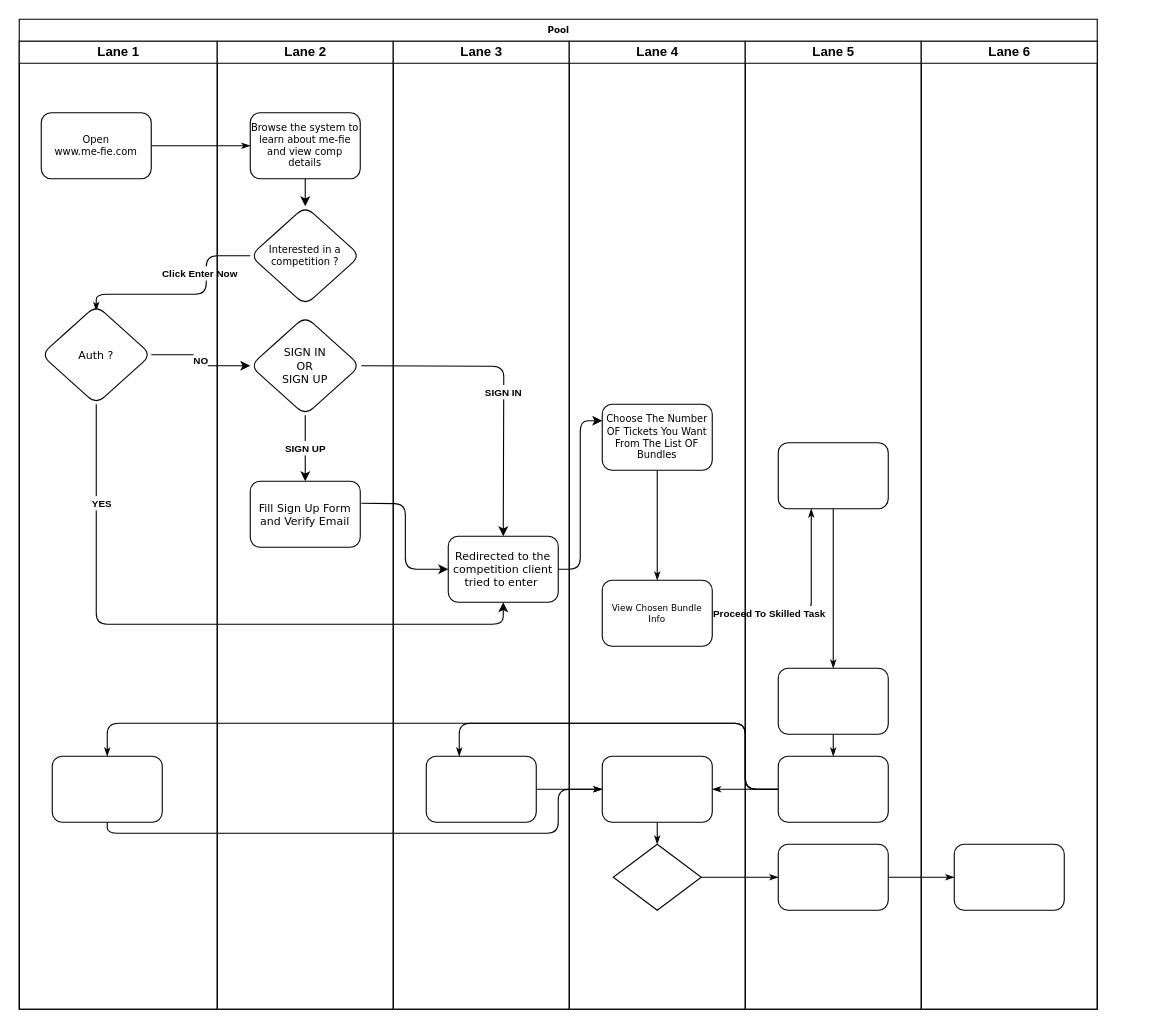
This is me-fie flow 2.0.drawio from Kwame-Pitakin/Draw.io, a draw.io file, before an edit. Source tidied: cells renumbered, new cells numbered last; positions are measured from the earlier drawing's top-left corner, leaving out a move shared by most shapes. Both pictures are drawn from the tidied source at 110%, with x=0, y=0 at pixel (19, 19).
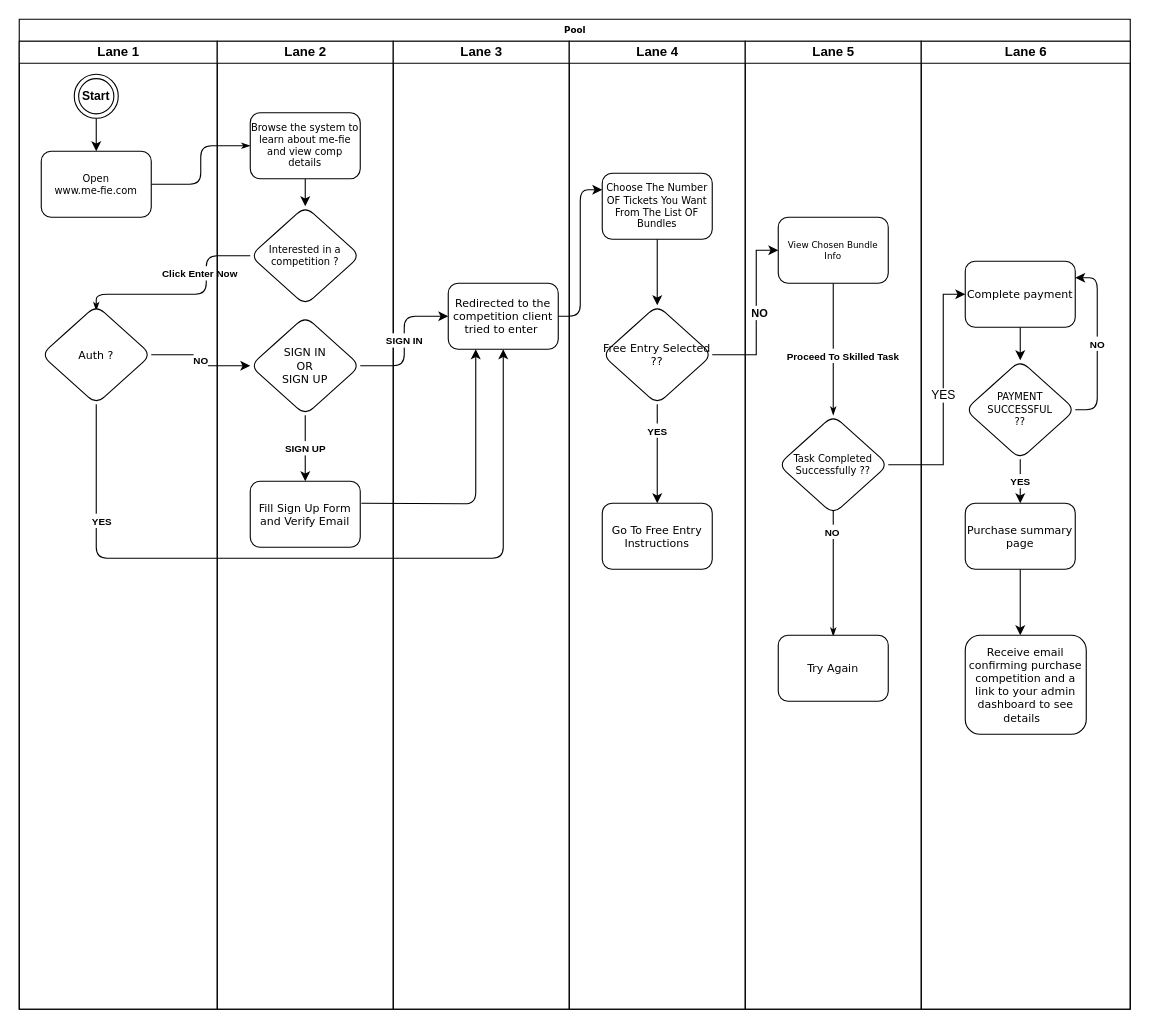
The same page after the edit.

The change refers to these unchanged cells:
```xml
<mxCell id="15" value="Lane 1" style="swimlane;html=1;startSize=20;" parent="2" vertex="1">
  <mxGeometry y="20" width="180" height="880" as="geometry" />
</mxCell>
<mxCell id="18" value="&lt;font style=&quot;font-size: 10px;&quot;&gt;Auth ?&lt;/font&gt;" style="rhombus;whiteSpace=wrap;html=1;fontSize=8;fontFamily=Verdana;rounded=1;shadow=0;labelBackgroundColor=none;strokeWidth=1;" parent="15" vertex="1">
  <mxGeometry x="20" y="240" width="100" height="90" as="geometry" />
</mxCell>
<mxCell id="24" value="&lt;font style=&quot;font-size: 10px;&quot;&gt;SIGN IN &lt;br&gt;OR&lt;br&gt;SIGN UP&lt;/font&gt;" style="rhombus;whiteSpace=wrap;html=1;fontSize=8;fontFamily=Verdana;rounded=1;shadow=0;labelBackgroundColor=none;strokeWidth=1;" parent="19" vertex="1">
  <mxGeometry x="30" y="250" width="100" height="90" as="geometry" />
</mxCell>
<mxCell id="26" value="Lane 3" style="swimlane;html=1;startSize=20;" parent="2" vertex="1">
  <mxGeometry x="340" y="20" width="160" height="880" as="geometry" />
</mxCell>
<mxCell id="29" value="Lane 4" style="swimlane;html=1;startSize=20;" parent="2" vertex="1">
  <mxGeometry x="500" y="20" width="160" height="880" as="geometry" />
</mxCell>
```

Change to the diagram source:
```diff
@@
     <mxCell id="2" value="Pool" style="swimlane;html=1;startSize=20;rounded=0;shadow=0;labelBackgroundColor=none;strokeWidth=1;fontFamily=Verdana;fontSize=8;align=center;" parent="1" vertex="1">
-      <mxGeometry width="980" height="900" as="geometry" />
+      <mxGeometry width="1010" height="900" as="geometry" />
     </mxCell>
@@
-    <mxCell id="6" style="edgeStyle=orthogonalEdgeStyle;rounded=1;html=1;labelBackgroundColor=none;startArrow=none;startFill=0;startSize=5;endArrow=classicThin;endFill=1;endSize=5;jettySize=auto;strokeWidth=1;fontFamily=Verdana;fontSize=8;" parent="2" edge="1" source="33" target="40">
-      <mxGeometry relative="1" as="geometry" />
-    </mxCell>
-    <mxCell id="7" style="edgeStyle=orthogonalEdgeStyle;rounded=1;html=1;labelBackgroundColor=none;startArrow=none;startFill=0;startSize=5;endArrow=classicThin;endFill=1;endSize=5;jettySize=auto;strokeWidth=1;fontFamily=Verdana;fontSize=8;" parent="2" edge="1" source="40" target="44">
-      <mxGeometry relative="1" as="geometry" />
-    </mxCell>
-    <mxCell id="8" style="edgeStyle=orthogonalEdgeStyle;rounded=1;html=1;labelBackgroundColor=none;startArrow=none;startFill=0;startSize=5;endArrow=classicThin;endFill=1;endSize=5;jettySize=auto;strokeWidth=1;fontFamily=Verdana;fontSize=8;" parent="2" edge="1" source="31" target="37">
-      <mxGeometry relative="1" as="geometry">
-        <Array as="points">
-          <mxPoint x="720" y="540" />
-        </Array>
-      </mxGeometry>
-    </mxCell>
-    <mxCell id="9" value="&lt;font style=&quot;font-size: 9px;&quot;&gt;&lt;b&gt;Proceed To Skilled Task&amp;nbsp;&lt;/b&gt;&lt;/font&gt;" style="edgeLabel;html=1;align=center;verticalAlign=middle;" parent="8" vertex="1">
-      <mxGeometry x="-0.4" y="2" relative="1" as="geometry">
-        <mxPoint x="-4" y="1" as="offset" />
-      </mxGeometry>
-    </mxCell>
-    <mxCell id="10" style="edgeStyle=orthogonalEdgeStyle;rounded=1;html=1;labelBackgroundColor=none;startArrow=none;startFill=0;startSize=5;endArrow=classicThin;endFill=1;endSize=5;jettySize=auto;strokeWidth=1;fontFamily=Verdana;fontSize=8;" parent="2" edge="1" source="39" target="27">
-      <mxGeometry relative="1" as="geometry">
-        <Array as="points">
-          <mxPoint x="660" y="700" />
-          <mxPoint x="660" y="640" />
-          <mxPoint x="400" y="640" />
-        </Array>
-      </mxGeometry>
-    </mxCell>
-    <mxCell id="11" style="edgeStyle=orthogonalEdgeStyle;rounded=1;html=1;labelBackgroundColor=none;startArrow=none;startFill=0;startSize=5;endArrow=classicThin;endFill=1;endSize=5;jettySize=auto;strokeColor=#000000;strokeWidth=1;fontFamily=Verdana;fontSize=8;fontColor=#000000;" parent="2" edge="1" source="39" target="32">
-      <mxGeometry relative="1" as="geometry" />
-    </mxCell>
-    <mxCell id="12" style="edgeStyle=orthogonalEdgeStyle;rounded=1;html=1;labelBackgroundColor=none;startArrow=none;startFill=0;startSize=5;endArrow=classicThin;endFill=1;endSize=5;jettySize=auto;strokeWidth=1;fontFamily=Verdana;fontSize=8;" parent="2" edge="1" source="39" target="17">
-      <mxGeometry relative="1" as="geometry">
-        <Array as="points">
-          <mxPoint x="660" y="700" />
-          <mxPoint x="660" y="640" />
-          <mxPoint x="80" y="640" />
-        </Array>
-      </mxGeometry>
-    </mxCell>
-    <mxCell id="13" style="edgeStyle=orthogonalEdgeStyle;rounded=1;html=1;labelBackgroundColor=none;startArrow=none;startFill=0;startSize=5;endArrow=classicThin;endFill=1;endSize=5;jettySize=auto;strokeWidth=1;fontFamily=Verdana;fontSize=8;" parent="2" edge="1" source="17" target="32">
-      <mxGeometry relative="1" as="geometry">
-        <Array as="points">
-          <mxPoint x="80" y="740" />
-          <mxPoint x="490" y="740" />
-          <mxPoint x="490" y="700" />
-        </Array>
-      </mxGeometry>
-    </mxCell>
-    <mxCell id="14" style="edgeStyle=orthogonalEdgeStyle;rounded=1;html=1;labelBackgroundColor=none;startArrow=none;startFill=0;startSize=5;endArrow=classicThin;endFill=1;endSize=5;jettySize=auto;strokeWidth=1;fontFamily=Verdana;fontSize=8;" parent="2" edge="1" source="27" target="32">
-      <mxGeometry relative="1" as="geometry" />
-    </mxCell>
@@
     <mxCell id="16" value="&lt;font style=&quot;font-size: 9px;&quot;&gt;Open &lt;br&gt;www.me-fie.com&lt;/font&gt;" style="rounded=1;whiteSpace=wrap;html=1;shadow=0;labelBackgroundColor=none;strokeWidth=1;fontFamily=Verdana;fontSize=8;align=center;" parent="15" vertex="1">
-      <mxGeometry x="20" y="65" width="100" height="60" as="geometry" />
+      <mxGeometry x="20" y="100" width="100" height="60" as="geometry" />
     </mxCell>
-    <mxCell id="17" style="rounded=1;whiteSpace=wrap;html=1;shadow=0;labelBackgroundColor=none;strokeWidth=1;fontFamily=Verdana;fontSize=8;align=center;" parent="15" vertex="1">
-      <mxGeometry x="30" y="650" width="100" height="60" as="geometry" />
-    </mxCell>
@@
+    <mxCell id="51" style="edgeStyle=orthogonalEdgeStyle;rounded=1;jettySize=auto;html=1;exitX=0.5;exitY=1;exitDx=0;exitDy=0;entryX=0.5;entryY=0;entryDx=0;entryDy=0;" parent="15" edge="1" source="52" target="16">
+      <mxGeometry relative="1" as="geometry" />
+    </mxCell>
+    <mxCell id="52" value="&lt;font style=&quot;font-size: 11px;&quot;&gt;&lt;b&gt;Start&lt;/b&gt;&lt;/font&gt;" style="ellipse;shape=doubleEllipse;html=1;dashed=0;whiteSpace=wrap;" parent="15" vertex="1">
+      <mxGeometry x="50" y="30" width="40" height="40" as="geometry" />
+    </mxCell>
@@
-    <mxCell id="27" style="rounded=1;whiteSpace=wrap;html=1;shadow=0;labelBackgroundColor=none;strokeWidth=1;fontFamily=Verdana;fontSize=8;align=center;" parent="26" vertex="1">
-      <mxGeometry x="30" y="650" width="100" height="60" as="geometry" />
-    </mxCell>
     <mxCell id="28" value="&lt;font size=&quot;1&quot;&gt;Redirected to the competition client tried to enter&amp;nbsp;&lt;/font&gt;" style="rounded=1;whiteSpace=wrap;html=1;shadow=0;labelBackgroundColor=none;strokeWidth=1;fontFamily=Verdana;fontSize=8;align=center;" parent="26" vertex="1">
-      <mxGeometry x="50" y="450" width="100" height="60" as="geometry" />
+      <mxGeometry x="50" y="220" width="100" height="60" as="geometry" />
     </mxCell>
@@
+    <mxCell id="53" style="edgeStyle=orthogonalEdgeStyle;rounded=1;jettySize=auto;html=1;exitX=0.5;exitY=1;exitDx=0;exitDy=0;" parent="29" edge="1" source="30" target="56">
+      <mxGeometry relative="1" as="geometry" />
+    </mxCell>
     <mxCell id="30" value="&lt;font style=&quot;font-size: 9px;&quot;&gt;Choose The Number OF Tickets You Want From The List OF Bundles&lt;/font&gt;" style="rounded=1;whiteSpace=wrap;html=1;shadow=0;labelBackgroundColor=none;strokeWidth=1;fontFamily=Verdana;fontSize=8;align=center;" parent="29" vertex="1">
-      <mxGeometry x="30" y="330" width="100" height="60" as="geometry" />
+      <mxGeometry x="30" y="120" width="100" height="60" as="geometry" />
     </mxCell>
+    <mxCell id="54" style="edgeStyle=orthogonalEdgeStyle;rounded=0;jettySize=auto;html=1;exitX=0.5;exitY=1;exitDx=0;exitDy=0;entryX=0.5;entryY=0;entryDx=0;entryDy=0;" parent="29" edge="1" source="56" target="57">
+      <mxGeometry relative="1" as="geometry" />
+    </mxCell>
+    <mxCell id="55" value="&lt;b&gt;&lt;font style=&quot;font-size: 9px;&quot;&gt;YES&lt;/font&gt;&lt;/b&gt;" style="edgeLabel;html=1;align=center;verticalAlign=middle;" parent="54" vertex="1">
+      <mxGeometry x="-0.49" y="2" relative="1" as="geometry">
+        <mxPoint x="-3" as="offset" />
+      </mxGeometry>
+    </mxCell>
+    <mxCell id="56" value="&lt;span style=&quot;font-size: 10px;&quot;&gt;Free Entry Selected ??&lt;/span&gt;" style="rhombus;whiteSpace=wrap;html=1;fontSize=8;fontFamily=Verdana;rounded=1;shadow=0;labelBackgroundColor=none;strokeWidth=1;" parent="29" vertex="1">
+      <mxGeometry x="30" y="240" width="100" height="90" as="geometry" />
+    </mxCell>
+    <mxCell id="57" value="&lt;font size=&quot;1&quot;&gt;Go To Free Entry Instructions&lt;/font&gt;" style="rounded=1;whiteSpace=wrap;html=1;shadow=0;labelBackgroundColor=none;strokeWidth=1;fontFamily=Verdana;fontSize=8;align=center;" parent="29" vertex="1">
+      <mxGeometry x="30" y="420" width="100" height="60" as="geometry" />
+    </mxCell>
+    <mxCell id="36" value="Lane 5" style="swimlane;html=1;startSize=20;" parent="2" vertex="1">
+      <mxGeometry x="660" y="20" width="160" height="880" as="geometry" />
+    </mxCell>
+    <mxCell id="41" style="edgeStyle=orthogonalEdgeStyle;rounded=1;html=1;labelBackgroundColor=none;startArrow=none;startFill=0;startSize=5;endArrow=classicThin;endFill=1;endSize=5;jettySize=auto;orthogonalLoop=1;strokeWidth=1;fontFamily=Verdana;fontSize=8;" parent="36" edge="1">
+      <mxGeometry relative="1" as="geometry">
+        <mxPoint x="80" y="396" as="sourcePoint" />
+        <mxPoint x="80" y="541" as="targetPoint" />
+      </mxGeometry>
+    </mxCell>
+    <mxCell id="58" value="&lt;font style=&quot;font-size: 9px;&quot;&gt;&lt;b&gt;NO&lt;/b&gt;&lt;/font&gt;" style="edgeLabel;html=1;align=center;verticalAlign=middle;" parent="41" vertex="1">
+      <mxGeometry x="-0.32" y="-2" relative="1" as="geometry" />
+    </mxCell>
+    <mxCell id="59" value="&lt;font style=&quot;font-size: 9px;&quot;&gt;Task Completed Successfully ??&lt;/font&gt;" style="rhombus;whiteSpace=wrap;html=1;fontSize=8;fontFamily=Verdana;rounded=1;shadow=0;labelBackgroundColor=none;strokeWidth=1;" parent="36" vertex="1">
+      <mxGeometry x="30" y="340" width="100" height="90" as="geometry" />
+    </mxCell>
+    <mxCell id="8" style="edgeStyle=orthogonalEdgeStyle;rounded=1;html=1;labelBackgroundColor=none;startArrow=none;startFill=0;startSize=5;endArrow=classicThin;endFill=1;endSize=5;jettySize=auto;strokeWidth=1;fontFamily=Verdana;fontSize=8;entryX=0.5;entryY=0;entryDx=0;entryDy=0;exitX=0.5;exitY=1;exitDx=0;exitDy=0;" parent="36" edge="1" source="31" target="59">
+      <mxGeometry relative="1" as="geometry">
+        <Array as="points">
+          <mxPoint x="80" y="300" />
+          <mxPoint x="80" y="300" />
+        </Array>
+      </mxGeometry>
+    </mxCell>
+    <mxCell id="9" value="&lt;font style=&quot;font-size: 9px;&quot;&gt;&lt;b&gt;Proceed To Skilled Task&amp;nbsp;&lt;/b&gt;&lt;/font&gt;" style="edgeLabel;html=1;align=center;verticalAlign=middle;" parent="8" vertex="1">
+      <mxGeometry x="-0.4" y="2" relative="1" as="geometry">
+        <mxPoint x="7" y="29" as="offset" />
+      </mxGeometry>
+    </mxCell>
+    <mxCell id="60" value="&lt;font size=&quot;1&quot;&gt;Try Again&lt;/font&gt;" style="rounded=1;whiteSpace=wrap;html=1;shadow=0;labelBackgroundColor=none;strokeWidth=1;fontFamily=Verdana;fontSize=8;align=center;" parent="36" vertex="1">
+      <mxGeometry x="30" y="540" width="100" height="60" as="geometry" />
+    </mxCell>
-    <mxCell id="31" value="View Chosen Bundle Info" style="rounded=1;whiteSpace=wrap;html=1;shadow=0;labelBackgroundColor=none;strokeWidth=1;fontFamily=Verdana;fontSize=8;align=center;" parent="29" vertex="1">
-      <mxGeometry x="30" y="490" width="100" height="60" as="geometry" />
+    <mxCell id="31" value="View Chosen Bundle Info" style="rounded=1;whiteSpace=wrap;html=1;shadow=0;labelBackgroundColor=none;strokeWidth=1;fontFamily=Verdana;fontSize=8;align=center;" parent="36" vertex="1">
+      <mxGeometry x="30" y="160" width="100" height="60" as="geometry" />
     </mxCell>
-    <mxCell id="32" style="rounded=1;whiteSpace=wrap;html=1;shadow=0;labelBackgroundColor=none;strokeWidth=1;fontFamily=Verdana;fontSize=8;align=center;" parent="29" vertex="1">
-      <mxGeometry x="30" y="650" width="100" height="60" as="geometry" />
-    </mxCell>
-    <mxCell id="33" style="rhombus;whiteSpace=wrap;html=1;rounded=0;shadow=0;labelBackgroundColor=none;strokeWidth=1;fontFamily=Verdana;fontSize=8;align=center;" parent="29" vertex="1">
-      <mxGeometry x="40" y="730" width="80" height="60" as="geometry" />
-    </mxCell>
-    <mxCell id="34" style="edgeStyle=orthogonalEdgeStyle;rounded=1;html=1;labelBackgroundColor=none;startArrow=none;startFill=0;startSize=5;endArrow=classicThin;endFill=1;endSize=5;jettySize=auto;strokeColor=#000000;strokeWidth=1;fontFamily=Verdana;fontSize=8;fontColor=#000000;entryX=0.5;entryY=0;entryDx=0;entryDy=0;" parent="29" edge="1" source="30" target="31">
-      <mxGeometry relative="1" as="geometry" />
-    </mxCell>
-    <mxCell id="35" style="edgeStyle=orthogonalEdgeStyle;rounded=1;html=1;labelBackgroundColor=none;startArrow=none;startFill=0;startSize=5;endArrow=classicThin;endFill=1;endSize=5;jettySize=auto;strokeWidth=1;fontFamily=Verdana;fontSize=8;" parent="29" edge="1" source="32" target="33">
-      <mxGeometry relative="1" as="geometry" />
-    </mxCell>
-    <mxCell id="36" value="Lane 5" style="swimlane;html=1;startSize=20;" parent="2" vertex="1">
-      <mxGeometry x="660" y="20" width="160" height="880" as="geometry" />
-    </mxCell>
-    <mxCell id="37" style="rounded=1;whiteSpace=wrap;html=1;shadow=0;labelBackgroundColor=none;strokeWidth=1;fontFamily=Verdana;fontSize=8;align=center;" parent="36" vertex="1">
-      <mxGeometry x="30" y="365" width="100" height="60" as="geometry" />
-    </mxCell>
-    <mxCell id="38" style="rounded=1;whiteSpace=wrap;html=1;shadow=0;labelBackgroundColor=none;strokeWidth=1;fontFamily=Verdana;fontSize=8;align=center;" parent="36" vertex="1">
-      <mxGeometry x="30" y="570" width="100" height="60" as="geometry" />
-    </mxCell>
-    <mxCell id="39" style="rounded=1;whiteSpace=wrap;html=1;shadow=0;labelBackgroundColor=none;strokeWidth=1;fontFamily=Verdana;fontSize=8;align=center;" parent="36" vertex="1">
-      <mxGeometry x="30" y="650" width="100" height="60" as="geometry" />
-    </mxCell>
-    <mxCell id="40" style="rounded=1;whiteSpace=wrap;html=1;shadow=0;labelBackgroundColor=none;strokeWidth=1;fontFamily=Verdana;fontSize=8;align=center;" parent="36" vertex="1">
-      <mxGeometry x="30" y="730" width="100" height="60" as="geometry" />
-    </mxCell>
-    <mxCell id="41" style="edgeStyle=orthogonalEdgeStyle;rounded=1;html=1;labelBackgroundColor=none;startArrow=none;startFill=0;startSize=5;endArrow=classicThin;endFill=1;endSize=5;jettySize=auto;strokeWidth=1;fontFamily=Verdana;fontSize=8;" parent="36" edge="1" source="37" target="38">
-      <mxGeometry relative="1" as="geometry" />
-    </mxCell>
-    <mxCell id="42" style="edgeStyle=orthogonalEdgeStyle;rounded=1;html=1;labelBackgroundColor=none;startArrow=none;startFill=0;startSize=5;endArrow=classicThin;endFill=1;endSize=5;jettySize=auto;strokeWidth=1;fontFamily=Verdana;fontSize=8;" parent="36" edge="1" source="38" target="39">
-      <mxGeometry relative="1" as="geometry" />
-    </mxCell>
     <mxCell id="43" value="Lane 6" style="swimlane;html=1;startSize=20;" parent="2" vertex="1">
-      <mxGeometry x="820" y="20" width="160" height="880" as="geometry" />
+      <mxGeometry x="820" y="20" width="190" height="880" as="geometry" />
     </mxCell>
-    <mxCell id="44" style="rounded=1;whiteSpace=wrap;html=1;shadow=0;labelBackgroundColor=none;strokeWidth=1;fontFamily=Verdana;fontSize=8;align=center;" parent="43" vertex="1">
-      <mxGeometry x="30" y="730" width="100" height="60" as="geometry" />
-    </mxCell>
+    <mxCell id="61" style="edgeStyle=orthogonalEdgeStyle;rounded=0;jettySize=auto;html=1;exitX=0.5;exitY=1;exitDx=0;exitDy=0;entryX=0.5;entryY=0;entryDx=0;entryDy=0;" parent="43" edge="1" source="62" target="65">
+      <mxGeometry relative="1" as="geometry" />
+    </mxCell>
+    <mxCell id="62" value="&lt;font size=&quot;1&quot;&gt;Complete payment&lt;/font&gt;" style="rounded=1;whiteSpace=wrap;html=1;shadow=0;labelBackgroundColor=none;strokeWidth=1;fontFamily=Verdana;fontSize=8;align=center;" parent="43" vertex="1">
+      <mxGeometry x="40" y="200" width="100" height="60" as="geometry" />
+    </mxCell>
+    <mxCell id="63" value="&lt;font style=&quot;font-size: 9px;&quot;&gt;&lt;b&gt;NO&lt;/b&gt;&lt;/font&gt;" style="edgeStyle=orthogonalEdgeStyle;rounded=1;jettySize=auto;html=1;exitX=1;exitY=0.5;exitDx=0;exitDy=0;entryX=1;entryY=0.25;entryDx=0;entryDy=0;" parent="43" edge="1" source="65" target="62">
+      <mxGeometry relative="1" as="geometry" />
+    </mxCell>
+    <mxCell id="64" value="&lt;font style=&quot;font-size: 9px;&quot;&gt;&lt;b&gt;YES&lt;/b&gt;&lt;/font&gt;" style="edgeStyle=orthogonalEdgeStyle;rounded=0;jettySize=auto;html=1;exitX=0.5;exitY=1;exitDx=0;exitDy=0;entryX=0.5;entryY=0;entryDx=0;entryDy=0;" parent="43" edge="1" source="65" target="67">
+      <mxGeometry relative="1" as="geometry" />
+    </mxCell>
+    <mxCell id="65" value="&lt;font style=&quot;font-size: 9px;&quot;&gt;PAYMENT SUCCESSFUL&lt;br&gt;??&lt;br&gt;&lt;/font&gt;" style="rhombus;whiteSpace=wrap;html=1;fontSize=8;fontFamily=Verdana;rounded=1;shadow=0;labelBackgroundColor=none;strokeWidth=1;" parent="43" vertex="1">
+      <mxGeometry x="40" y="290" width="100" height="90" as="geometry" />
+    </mxCell>
+    <mxCell id="66" style="edgeStyle=orthogonalEdgeStyle;rounded=0;jettySize=auto;html=1;exitX=0.5;exitY=1;exitDx=0;exitDy=0;" parent="43" edge="1" source="67">
+      <mxGeometry relative="1" as="geometry">
+        <mxPoint x="90" y="540" as="targetPoint" />
+      </mxGeometry>
+    </mxCell>
+    <mxCell id="67" value="&lt;font size=&quot;1&quot;&gt;Purchase summary page&lt;/font&gt;" style="rounded=1;whiteSpace=wrap;html=1;shadow=0;labelBackgroundColor=none;strokeWidth=1;fontFamily=Verdana;fontSize=8;align=center;" parent="43" vertex="1">
+      <mxGeometry x="40" y="420" width="100" height="60" as="geometry" />
+    </mxCell>
+    <mxCell id="68" value="&lt;font size=&quot;1&quot;&gt;Receive email confirming purchase competition&amp;nbsp;and a link to your admin dashboard to see details&amp;nbsp;&amp;nbsp;&lt;/font&gt;" style="rounded=1;whiteSpace=wrap;html=1;shadow=0;labelBackgroundColor=none;strokeWidth=1;fontFamily=Verdana;fontSize=8;align=center;" parent="43" vertex="1">
+      <mxGeometry x="40" y="540" width="110" height="90" as="geometry" />
+    </mxCell>
@@
-    <mxCell id="46" value="&lt;font style=&quot;font-size: 9px;&quot;&gt;&lt;b&gt;SIGN IN&lt;/b&gt;&lt;/font&gt;" style="edgeStyle=orthogonalEdgeStyle;rounded=1;orthogonalLoop=1;jettySize=auto;html=1;exitX=1;exitY=0.5;exitDx=0;exitDy=0;" parent="2" edge="1">
-      <mxGeometry x="0.08" relative="1" as="geometry">
-        <mxPoint x="311" y="315" as="sourcePoint" />
-        <mxPoint x="440" y="470" as="targetPoint" />
-      </mxGeometry>
-    </mxCell>
-    <mxCell id="47" style="edgeStyle=orthogonalEdgeStyle;rounded=1;jettySize=auto;html=1;exitX=1;exitY=0.5;exitDx=0;exitDy=0;entryX=0;entryY=0.5;entryDx=0;entryDy=0;" parent="2" edge="1" target="28">
+    <mxCell id="47" style="edgeStyle=orthogonalEdgeStyle;rounded=1;jettySize=auto;html=1;exitX=1;exitY=0.5;exitDx=0;exitDy=0;entryX=0.25;entryY=1;entryDx=0;entryDy=0;" parent="2" edge="1" target="28">
       <mxGeometry relative="1" as="geometry">
         <mxPoint x="311" y="440" as="sourcePoint" />
       </mxGeometry>
     </mxCell>
     <mxCell id="48" style="edgeStyle=orthogonalEdgeStyle;rounded=1;jettySize=auto;html=1;exitX=0.5;exitY=1;exitDx=0;exitDy=0;entryX=0.5;entryY=1;entryDx=0;entryDy=0;" parent="2" edge="1" source="18" target="28">
-      <mxGeometry relative="1" as="geometry" />
+      <mxGeometry relative="1" as="geometry">
+        <Array as="points">
+          <mxPoint x="70" y="490" />
+          <mxPoint x="440" y="490" />
+        </Array>
+      </mxGeometry>
     </mxCell>
@@
+    <mxCell id="69" value="YES" style="edgeStyle=orthogonalEdgeStyle;rounded=0;jettySize=auto;html=1;exitX=1;exitY=0.5;exitDx=0;exitDy=0;entryX=0;entryY=0.5;entryDx=0;entryDy=0;" parent="2" edge="1" source="59" target="62">
+      <mxGeometry relative="1" as="geometry">
+        <Array as="points">
+          <mxPoint x="840" y="405" />
+          <mxPoint x="840" y="250" />
+        </Array>
+      </mxGeometry>
+    </mxCell>
+    <mxCell id="46" value="&lt;font style=&quot;font-size: 9px;&quot;&gt;&lt;b&gt;SIGN IN&lt;/b&gt;&lt;/font&gt;" style="edgeStyle=orthogonalEdgeStyle;rounded=1;jettySize=auto;html=1;exitX=1;exitY=0.5;exitDx=0;exitDy=0;entryX=0;entryY=0.5;entryDx=0;entryDy=0;" parent="2" edge="1" source="24" target="28">
+      <mxGeometry relative="1" as="geometry" />
+    </mxCell>
+    <mxCell id="70" style="edgeStyle=orthogonalEdgeStyle;rounded=0;jettySize=auto;html=1;exitX=1;exitY=0.5;exitDx=0;exitDy=0;entryX=0;entryY=0.5;entryDx=0;entryDy=0;" parent="2" edge="1" source="56" target="31">
+      <mxGeometry relative="1" as="geometry">
+        <Array as="points">
+          <mxPoint x="670" y="305" />
+          <mxPoint x="670" y="210" />
+        </Array>
+      </mxGeometry>
+    </mxCell>
+    <mxCell id="71" value="&lt;font style=&quot;font-size: 10px;&quot;&gt;&lt;b&gt;NO&lt;/b&gt;&lt;/font&gt;" style="edgeLabel;html=1;align=center;verticalAlign=middle;" parent="70" vertex="1">
+      <mxGeometry x="0.02" y="-2" relative="1" as="geometry" />
+    </mxCell>
```
